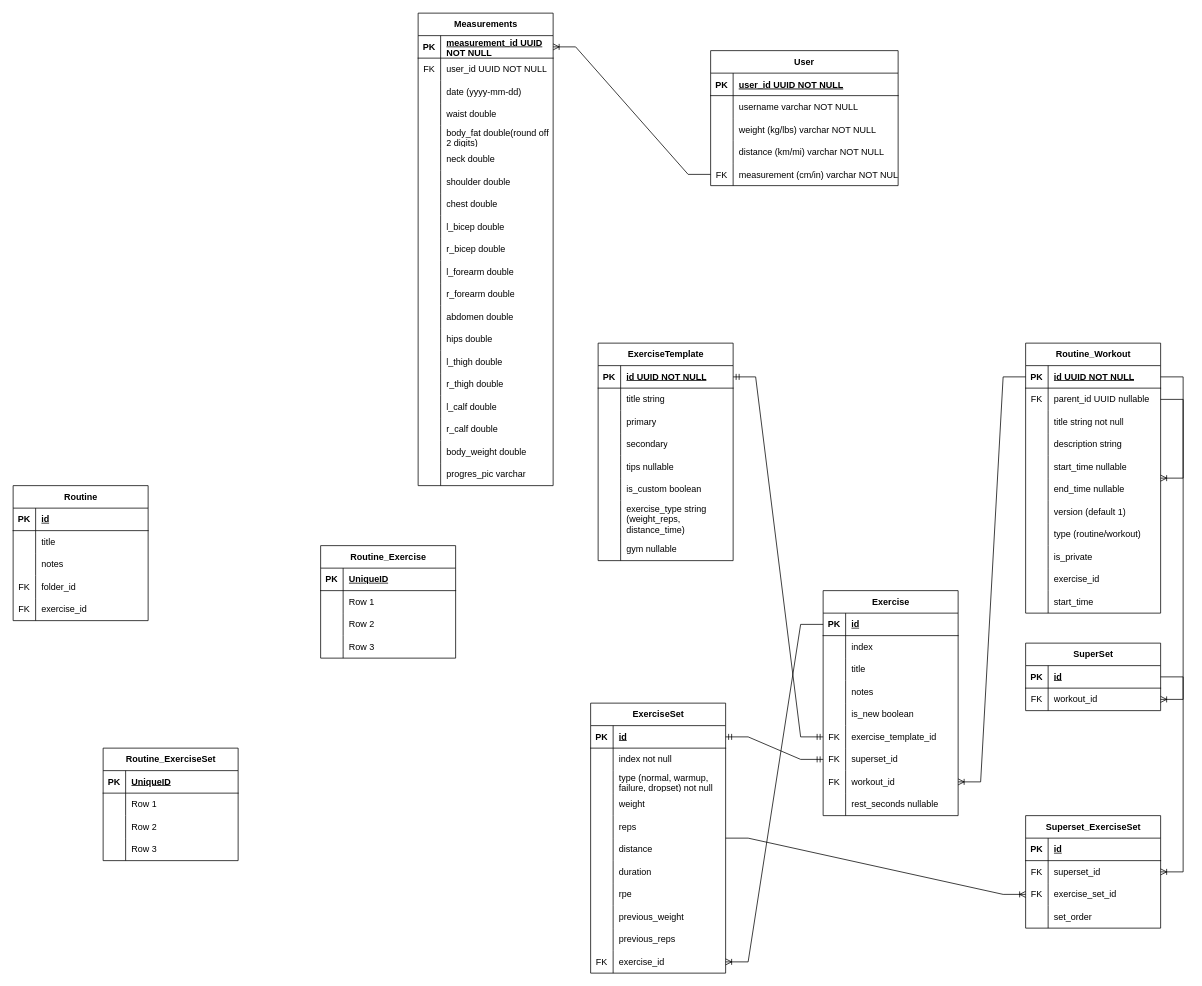
Earlier version of the draw.io diagram training-log.drawio (giriswamy-gan/training-log-be). Source tidied: cells renumbered, new cells numbered last; positions are measured from the earlier drawing's top-left corner, leaving out a move shared by most shapes. Both pictures are drawn from the tidied source at 75%, with x=0, y=0 at pixel (13, 13).
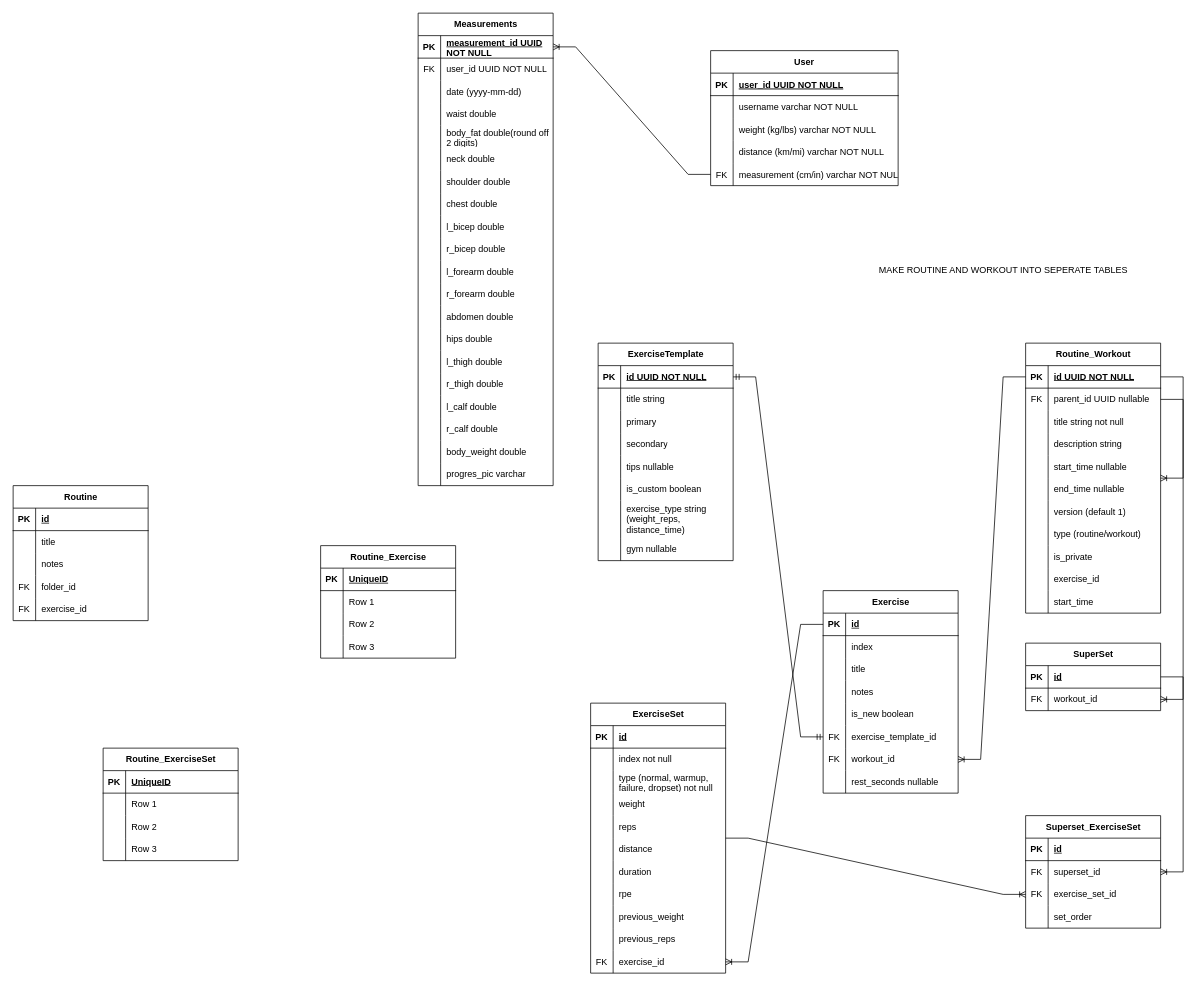
The same page after the edit.

The change refers to these unchanged cells:
```xml
<mxCell id="169" style="shape=tableRow;horizontal=0;startSize=0;swimlaneHead=0;swimlaneBody=0;fillColor=none;points=[[0,0.5],[1,0.5]];portConstraint=eastwest;top=0;left=0;right=0;bottom=1;" parent="168" vertex="1">
  <mxGeometry y="30" width="180" height="30" as="geometry" />
</mxCell>
```

What changed in the source:
```diff
@@
     <mxCell id="140" value="Exercise" style="shape=table;startSize=30;childLayout=tableLayout;rowLines=0;fontStyle=1;align=center;html=1;" parent="1" vertex="1">
-      <mxGeometry x="1080" y="770" width="180" height="300" as="geometry" />
+      <mxGeometry x="1080" y="770" width="180" height="270" as="geometry" />
     </mxCell>
@@
-    <mxCell id="159" style="shape=tableRow;horizontal=0;startSize=0;swimlaneHead=0;swimlaneBody=0;fillColor=none;points=[[0,0.5],[1,0.5]];portConstraint=eastwest;top=0;left=0;right=0;bottom=0;" parent="140" vertex="1">
-      <mxGeometry y="210" width="180" height="30" as="geometry" />
-    </mxCell>
-    <mxCell id="160" value="FK" style="shape=partialRectangle;fillColor=none;top=0;left=0;bottom=0;right=0;overflow=hidden;whiteSpace=wrap;html=1;" parent="159" vertex="1">
-      <mxGeometry width="30" height="30" as="geometry" />
-    </mxCell>
-    <mxCell id="161" value="superset_id" style="shape=partialRectangle;fillColor=none;top=0;left=0;bottom=0;right=0;align=left;spacingLeft=6;overflow=hidden;whiteSpace=wrap;html=1;" parent="159" vertex="1">
-      <mxGeometry x="30" width="150" height="30" as="geometry" />
-    </mxCell>
     <mxCell id="162" style="shape=tableRow;horizontal=0;startSize=0;swimlaneHead=0;swimlaneBody=0;fillColor=none;points=[[0,0.5],[1,0.5]];portConstraint=eastwest;top=0;left=0;right=0;bottom=0;" parent="140" vertex="1">
-      <mxGeometry y="240" width="180" height="30" as="geometry" />
+      <mxGeometry y="210" width="180" height="30" as="geometry" />
     </mxCell>
@@
     <mxCell id="165" style="shape=tableRow;horizontal=0;startSize=0;swimlaneHead=0;swimlaneBody=0;fillColor=none;top=0;left=0;right=0;bottom=0;" parent="140" vertex="1">
-      <mxGeometry y="270" width="180" height="30" as="geometry" />
+      <mxGeometry y="240" width="180" height="30" as="geometry" />
     </mxCell>
@@
-    <mxCell id="202" style="edgeStyle=entityRelationEdgeStyle;fontSize=12;html=1;endArrow=ERmandOne;startArrow=ERmandOne;rounded=0;" parent="1" edge="1" source="159" target="169">
-      <mxGeometry relative="1" as="geometry" />
-    </mxCell>
@@
+    <mxCell id="271" value="MAKE ROUTINE AND WORKOUT INTO SEPERATE TABLES" style="text;html=1;align=center;verticalAlign=middle;strokeColor=none;fillColor=none;" parent="1" vertex="1">
+      <mxGeometry x="1140" y="328" width="360" height="30" as="geometry" />
+    </mxCell>
```
